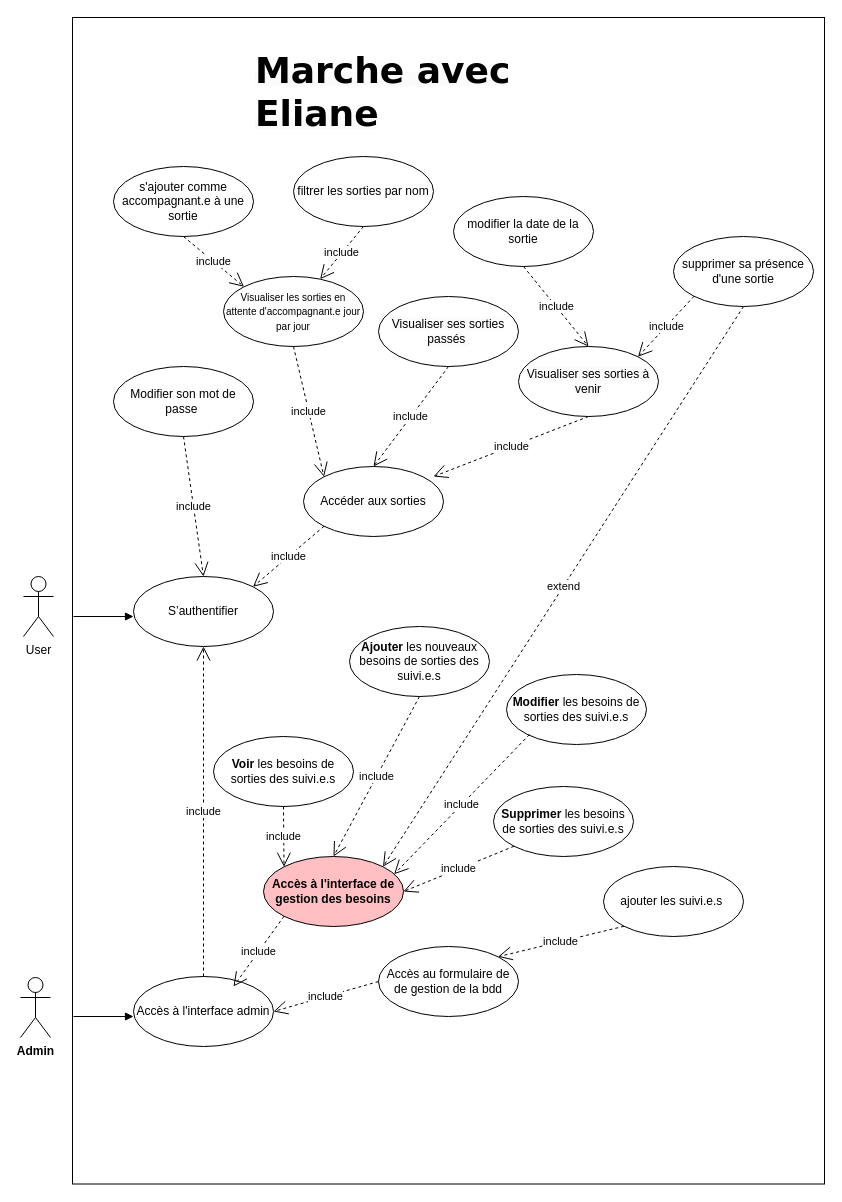
Earlier version of the draw.io diagram page "UserCaseDiagram_MaE" (4 of 5) of MCD_MaE.drawio (AnneGicquel/MCD_Marche_avec_Eliane). Source tidied: cells renumbered, new cells numbered last; positions are measured from the earlier drawing's top-left corner, leaving out a move shared by most shapes. Both pictures are drawn from the tidied source at 100%, with x=0, y=0 at pixel (20, 17).
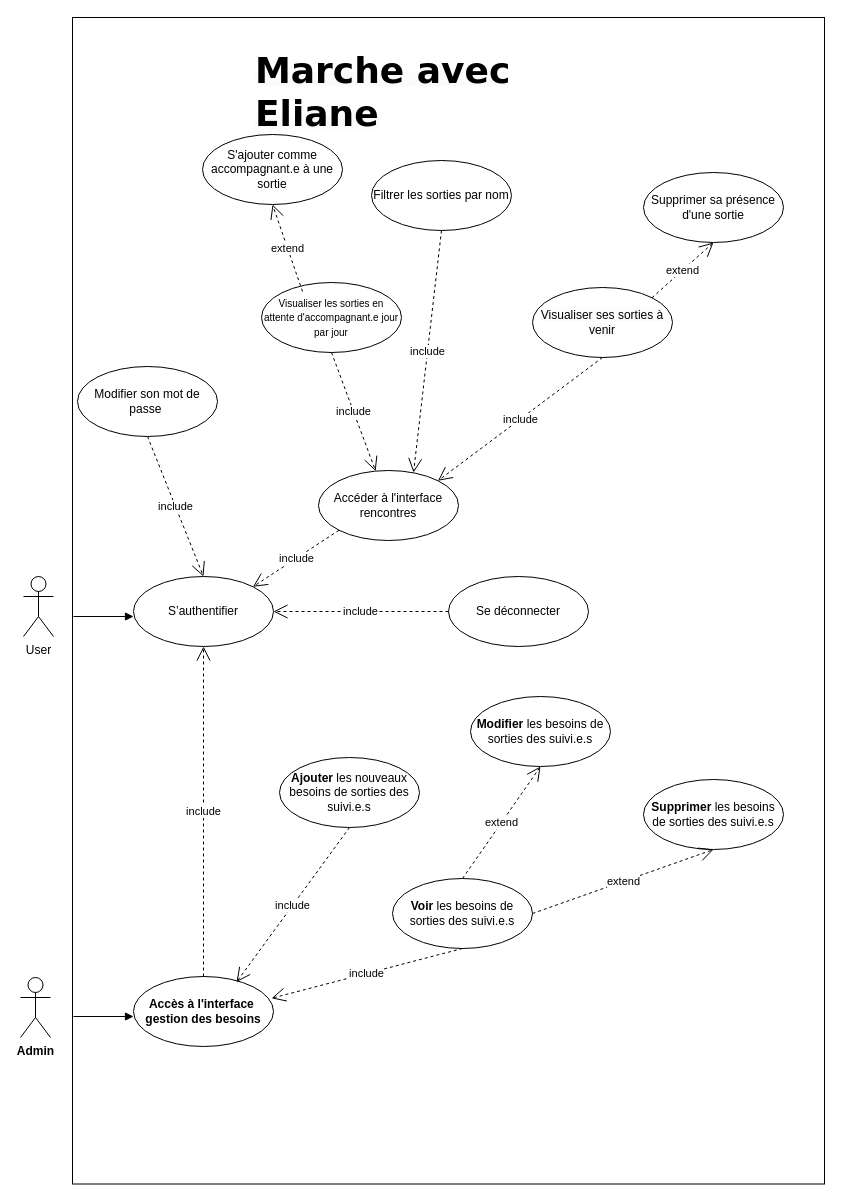
Above is the later version.

The change refers to these unchanged cells:
```xml
<mxCell id="5" value="S’authentifier" style="ellipse;whiteSpace=wrap;html=1;" parent="1" vertex="1">
  <mxGeometry x="113" y="559" width="140" height="70" as="geometry" />
</mxCell>
```

The edit, as a diff of the source:
```diff
@@
     <mxCell id="7" value="Modifier son mot de passe&amp;nbsp;" style="ellipse;whiteSpace=wrap;html=1;" parent="1" vertex="1">
-      <mxGeometry x="93" y="349" width="140" height="70" as="geometry" />
+      <mxGeometry x="57" y="349" width="140" height="70" as="geometry" />
     </mxCell>
-    <mxCell id="8" value="Accéder aux sorties" style="ellipse;whiteSpace=wrap;html=1;" parent="1" vertex="1">
-      <mxGeometry x="283" y="449" width="140" height="70" as="geometry" />
+    <mxCell id="8" value="Accéder à l'interface rencontres" style="ellipse;whiteSpace=wrap;html=1;" parent="1" vertex="1">
+      <mxGeometry x="298" y="453" width="140" height="70" as="geometry" />
     </mxCell>
     <mxCell id="9" value="&lt;div&gt;&lt;span style=&quot;background-color: initial;&quot;&gt;&lt;font style=&quot;font-size: 10px;&quot;&gt;Visualiser les sorties en attente d'accompagnant.e jour par jour&lt;/font&gt;&lt;/span&gt;&lt;br&gt;&lt;/div&gt;" style="ellipse;whiteSpace=wrap;html=1;" parent="1" vertex="1">
-      <mxGeometry x="203" y="259" width="140" height="70" as="geometry" />
+      <mxGeometry x="241" y="265" width="140" height="70" as="geometry" />
     </mxCell>
-    <mxCell id="10" value="s'ajouter comme accompagnant.e à une sortie" style="ellipse;whiteSpace=wrap;html=1;" parent="1" vertex="1">
-      <mxGeometry x="93" y="149" width="140" height="70" as="geometry" />
+    <mxCell id="10" value="S'ajouter comme accompagnant.e à une sortie" style="ellipse;whiteSpace=wrap;html=1;" parent="1" vertex="1">
+      <mxGeometry x="182" y="117" width="140" height="70" as="geometry" />
     </mxCell>
     <mxCell id="11" value="&lt;span style=&quot;color: rgb(0, 0, 0); font-family: Helvetica; font-size: 12px; font-style: normal; font-variant-ligatures: normal; font-variant-caps: normal; font-weight: 400; letter-spacing: normal; orphans: 2; text-align: center; text-indent: 0px; text-transform: none; widows: 2; word-spacing: 0px; -webkit-text-stroke-width: 0px; white-space: normal; background-color: rgb(251, 251, 251); text-decoration-thickness: initial; text-decoration-style: initial; text-decoration-color: initial; display: inline !important; float: none;&quot;&gt;Visualiser ses sorties à venir&lt;/span&gt;" style="ellipse;whiteSpace=wrap;html=1;" parent="1" vertex="1">
-      <mxGeometry x="498" y="329" width="140" height="70" as="geometry" />
+      <mxGeometry x="512" y="270" width="140" height="70" as="geometry" />
     </mxCell>
-    <mxCell id="12" value="filtrer les sorties par nom" style="ellipse;whiteSpace=wrap;html=1;" parent="1" vertex="1">
-      <mxGeometry x="273" y="139" width="140" height="70" as="geometry" />
+    <mxCell id="12" value="Filtrer les sorties par nom" style="ellipse;whiteSpace=wrap;html=1;" parent="1" vertex="1">
+      <mxGeometry x="351" y="143" width="140" height="70" as="geometry" />
     </mxCell>
-    <mxCell id="13" value="modifier la date de la sortie" style="ellipse;whiteSpace=wrap;html=1;" parent="1" vertex="1">
-      <mxGeometry x="433" y="179" width="140" height="70" as="geometry" />
-    </mxCell>
-    <mxCell id="14" value="supprimer sa présence d'une sortie" style="ellipse;whiteSpace=wrap;html=1;" parent="1" vertex="1">
-      <mxGeometry x="653" y="219" width="140" height="70" as="geometry" />
+    <mxCell id="14" value="Supprimer sa présence d'une sortie" style="ellipse;whiteSpace=wrap;html=1;" parent="1" vertex="1">
+      <mxGeometry x="623" y="155" width="140" height="70" as="geometry" />
     </mxCell>
-    <mxCell id="15" value="include" style="endArrow=open;endSize=12;dashed=1;html=1;rounded=0;entryX=0;entryY=0;entryDx=0;entryDy=0;exitX=0.5;exitY=1;exitDx=0;exitDy=0;" parent="1" edge="1" source="9" target="8">
+    <mxCell id="15" value="include" style="endArrow=open;endSize=12;dashed=1;html=1;rounded=0;exitX=0.5;exitY=1;exitDx=0;exitDy=0;" parent="1" edge="1" source="9" target="8">
       <mxGeometry relative="1" as="geometry" />
     </mxCell>
-    <mxCell id="16" value="include" style="endArrow=open;endSize=12;dashed=1;html=1;rounded=0;exitX=0.5;exitY=1;exitDx=0;exitDy=0;" parent="1" edge="1" source="11">
-      <mxGeometry relative="1" as="geometry">
-        <mxPoint x="413" y="459" as="targetPoint" />
-      </mxGeometry>
+    <mxCell id="16" value="include" style="endArrow=open;endSize=12;dashed=1;html=1;rounded=0;exitX=0.5;exitY=1;exitDx=0;exitDy=0;entryX=1;entryY=0;entryDx=0;entryDy=0;" parent="1" edge="1" source="11" target="8">
+      <mxGeometry relative="1" as="geometry" />
     </mxCell>
-    <mxCell id="17" value="include" style="endArrow=open;endSize=12;dashed=1;html=1;rounded=0;exitX=0.5;exitY=1;exitDx=0;exitDy=0;entryX=0;entryY=0;entryDx=0;entryDy=0;" parent="1" edge="1" source="10" target="9">
-      <mxGeometry relative="1" as="geometry" />
+    <mxCell id="17" value="extend" style="endArrow=open;endSize=12;dashed=1;html=1;rounded=0;exitX=0.5;exitY=1;exitDx=0;exitDy=0;entryX=0.5;entryY=1;entryDx=0;entryDy=0;" parent="1" edge="1" target="10">
+      <mxGeometry relative="1" as="geometry">
+        <mxPoint x="282" y="274" as="sourcePoint" />
+      </mxGeometry>
     </mxCell>
-    <mxCell id="18" value="include" style="endArrow=open;endSize=12;dashed=1;html=1;rounded=0;exitX=0.5;exitY=1;exitDx=0;exitDy=0;" parent="1" edge="1" source="12" target="9">
+    <mxCell id="18" value="include" style="endArrow=open;endSize=12;dashed=1;html=1;rounded=0;exitX=0.5;exitY=1;exitDx=0;exitDy=0;entryX=0.679;entryY=0.029;entryDx=0;entryDy=0;entryPerimeter=0;" parent="1" edge="1" source="12" target="8">
       <mxGeometry relative="1" as="geometry" />
     </mxCell>
-    <mxCell id="19" value="include" style="endArrow=open;endSize=12;dashed=1;html=1;rounded=0;entryX=0.5;entryY=0;entryDx=0;entryDy=0;exitX=0.5;exitY=1;exitDx=0;exitDy=0;" parent="1" edge="1" source="13" target="11">
-      <mxGeometry relative="1" as="geometry" />
-    </mxCell>
@@
-    <mxCell id="21" value="&lt;span style=&quot;color: rgb(0, 0, 0); font-family: Helvetica; font-size: 12px; font-style: normal; font-variant-ligatures: normal; font-variant-caps: normal; font-weight: 400; letter-spacing: normal; orphans: 2; text-align: center; text-indent: 0px; text-transform: none; widows: 2; word-spacing: 0px; -webkit-text-stroke-width: 0px; white-space: normal; background-color: rgb(251, 251, 251); text-decoration-thickness: initial; text-decoration-style: initial; text-decoration-color: initial; display: inline !important; float: none;&quot;&gt;Visualiser ses sorties passés&amp;nbsp;&lt;/span&gt;" style="ellipse;whiteSpace=wrap;html=1;" parent="1" vertex="1">
-      <mxGeometry x="358" y="279" width="140" height="70" as="geometry" />
-    </mxCell>
-    <mxCell id="22" value="include" style="endArrow=open;endSize=12;dashed=1;html=1;rounded=0;exitX=0.5;exitY=1;exitDx=0;exitDy=0;entryX=0.5;entryY=0;entryDx=0;entryDy=0;" parent="1" edge="1" source="21" target="8">
-      <mxGeometry relative="1" as="geometry" />
-    </mxCell>
-    <mxCell id="23" value="include" style="endArrow=open;endSize=12;dashed=1;html=1;rounded=0;entryX=1;entryY=0;entryDx=0;entryDy=0;exitX=0;exitY=1;exitDx=0;exitDy=0;" parent="1" edge="1" source="14" target="11">
+    <mxCell id="23" value="extend" style="endArrow=open;endSize=12;dashed=1;html=1;rounded=0;entryX=0.5;entryY=1;entryDx=0;entryDy=0;exitX=1;exitY=0;exitDx=0;exitDy=0;" parent="1" edge="1" source="11" target="14">
       <mxGeometry relative="1" as="geometry" />
     </mxCell>
-    <mxCell id="24" value="Accès à l'interface admin" style="ellipse;whiteSpace=wrap;html=1;" parent="1" vertex="1">
+    <mxCell id="24" value="&lt;span style=&quot;font-weight: 700;&quot;&gt;Accès à l'interface&amp;nbsp; gestion des besoins&lt;/span&gt;" style="ellipse;whiteSpace=wrap;html=1;" parent="1" vertex="1">
       <mxGeometry x="113" y="959" width="140" height="70" as="geometry" />
     </mxCell>
@@
-    <mxCell id="28" value="Accès à l'interface de gestion des besoins" style="ellipse;whiteSpace=wrap;html=1;fontStyle=1;fillColor=#FFBFC3;" parent="1" vertex="1">
-      <mxGeometry x="243" y="839" width="140" height="70" as="geometry" />
-    </mxCell>
-    <mxCell id="29" value="Accès au formulaire de de gestion de la bdd" style="ellipse;whiteSpace=wrap;html=1;" parent="1" vertex="1">
-      <mxGeometry x="358" y="929" width="140" height="70" as="geometry" />
-    </mxCell>
     <mxCell id="30" value="&lt;b&gt;Voir&lt;/b&gt;&amp;nbsp;les besoins de sorties des suivi.e.s" style="ellipse;whiteSpace=wrap;html=1;" parent="1" vertex="1">
-      <mxGeometry x="193" y="719" width="140" height="70" as="geometry" />
+      <mxGeometry x="372" y="861" width="140" height="70" as="geometry" />
     </mxCell>
     <mxCell id="31" value="&lt;b&gt;Ajouter&lt;/b&gt; les nouveaux besoins de sorties des suivi.e.s" style="ellipse;whiteSpace=wrap;html=1;" parent="1" vertex="1">
-      <mxGeometry x="329" y="609" width="140" height="70" as="geometry" />
+      <mxGeometry x="259" y="740" width="140" height="70" as="geometry" />
     </mxCell>
     <mxCell id="32" value="&lt;b&gt;Supprimer&lt;/b&gt; les besoins de sorties des suivi.e.s" style="ellipse;whiteSpace=wrap;html=1;" parent="1" vertex="1">
-      <mxGeometry x="473" y="769" width="140" height="70" as="geometry" />
+      <mxGeometry x="623" y="762" width="140" height="70" as="geometry" />
     </mxCell>
-    <mxCell id="33" value="include" style="endArrow=open;endSize=12;dashed=1;html=1;rounded=0;exitX=0.5;exitY=1;exitDx=0;exitDy=0;entryX=0;entryY=0;entryDx=0;entryDy=0;" parent="1" edge="1" source="30" target="28">
+    <mxCell id="33" value="include" style="endArrow=open;endSize=12;dashed=1;html=1;rounded=0;exitX=0.5;exitY=1;exitDx=0;exitDy=0;entryX=0.986;entryY=0.311;entryDx=0;entryDy=0;entryPerimeter=0;" parent="1" edge="1" source="30" target="24">
       <mxGeometry relative="1" as="geometry" />
     </mxCell>
-    <mxCell id="34" value="include" style="endArrow=open;endSize=12;dashed=1;html=1;rounded=0;entryX=0.5;entryY=0;entryDx=0;entryDy=0;exitX=0.5;exitY=1;exitDx=0;exitDy=0;" parent="1" edge="1" source="31" target="28">
+    <mxCell id="34" value="include" style="endArrow=open;endSize=12;dashed=1;html=1;rounded=0;entryX=0.736;entryY=0.079;entryDx=0;entryDy=0;exitX=0.5;exitY=1;exitDx=0;exitDy=0;entryPerimeter=0;" parent="1" edge="1" source="31" target="24">
       <mxGeometry relative="1" as="geometry" />
     </mxCell>
-    <mxCell id="35" value="include" style="endArrow=open;endSize=12;dashed=1;html=1;rounded=0;entryX=1;entryY=0.5;entryDx=0;entryDy=0;exitX=0;exitY=1;exitDx=0;exitDy=0;" parent="1" edge="1" source="32" target="28">
-      <mxGeometry relative="1" as="geometry" />
-    </mxCell>
-    <mxCell id="36" value="include" style="endArrow=open;endSize=12;dashed=1;html=1;rounded=0;exitX=0;exitY=1;exitDx=0;exitDy=0;" parent="1" edge="1" source="28">
-      <mxGeometry relative="1" as="geometry">
-        <mxPoint x="213" y="969" as="targetPoint" />
-      </mxGeometry>
-    </mxCell>
-    <mxCell id="37" value="include" style="endArrow=open;endSize=12;dashed=1;html=1;rounded=0;entryX=1;entryY=0.5;entryDx=0;entryDy=0;exitX=0;exitY=0.5;exitDx=0;exitDy=0;" parent="1" edge="1" source="29" target="24">
-      <mxGeometry relative="1" as="geometry" />
-    </mxCell>
-    <mxCell id="38" value="&lt;div&gt;ajouter les suivi.e.s&amp;nbsp;&lt;br&gt;&lt;/div&gt;" style="ellipse;whiteSpace=wrap;html=1;" parent="1" vertex="1">
-      <mxGeometry x="583" y="849" width="140" height="70" as="geometry" />
-    </mxCell>
-    <mxCell id="39" value="include" style="endArrow=open;endSize=12;dashed=1;html=1;rounded=0;entryX=1;entryY=0;entryDx=0;entryDy=0;exitX=0;exitY=1;exitDx=0;exitDy=0;" parent="1" edge="1" source="38" target="29">
-      <mxGeometry relative="1" as="geometry" />
-    </mxCell>
-    <mxCell id="40" value="extend" style="endArrow=open;endSize=12;dashed=1;html=1;rounded=0;exitX=0.5;exitY=1;exitDx=0;exitDy=0;entryX=1;entryY=0;entryDx=0;entryDy=0;" parent="1" edge="1" source="14" target="28">
-      <mxGeometry relative="1" as="geometry" />
-    </mxCell>
@@
     <mxCell id="42" value="&lt;b&gt;Modifier&lt;/b&gt;&amp;nbsp;les besoins de sorties des suivi.e.s" style="ellipse;whiteSpace=wrap;html=1;" parent="1" vertex="1">
-      <mxGeometry x="486" y="657" width="140" height="70" as="geometry" />
+      <mxGeometry x="450" y="679" width="140" height="70" as="geometry" />
     </mxCell>
-    <mxCell id="43" value="include" style="endArrow=open;endSize=12;dashed=1;html=1;rounded=0;exitX=0;exitY=1;exitDx=0;exitDy=0;entryX=0.933;entryY=0.253;entryDx=0;entryDy=0;entryPerimeter=0;" parent="1" edge="1" target="28">
-      <mxGeometry relative="1" as="geometry">
-        <mxPoint x="509" y="717" as="sourcePoint" />
-      </mxGeometry>
-    </mxCell>
+    <mxCell id="44" value="extend" style="endArrow=open;endSize=12;dashed=1;html=1;rounded=0;exitX=1;exitY=0.5;exitDx=0;exitDy=0;entryX=0.5;entryY=1;entryDx=0;entryDy=0;" parent="1" edge="1" source="30" target="32">
+      <mxGeometry relative="1" as="geometry" />
+    </mxCell>
+    <mxCell id="45" value="extend" style="endArrow=open;endSize=12;dashed=1;html=1;rounded=0;entryX=0.5;entryY=1;entryDx=0;entryDy=0;exitX=0.5;exitY=0;exitDx=0;exitDy=0;" parent="1" edge="1" source="30" target="42">
+      <mxGeometry relative="1" as="geometry" />
+    </mxCell>
+    <mxCell id="46" value="Se déconnecter" style="ellipse;whiteSpace=wrap;html=1;" parent="1" vertex="1">
+      <mxGeometry x="428" y="559" width="140" height="70" as="geometry" />
+    </mxCell>
+    <mxCell id="37" value="include" style="endArrow=open;endSize=12;dashed=1;html=1;rounded=0;entryX=1;entryY=0.5;entryDx=0;entryDy=0;exitX=0;exitY=0.5;exitDx=0;exitDy=0;" parent="1" edge="1" source="46" target="5">
+      <mxGeometry relative="1" as="geometry" />
+    </mxCell>
```
